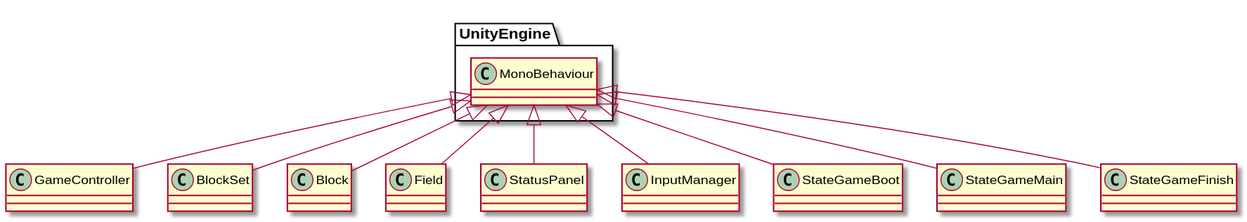
azarashin/UnityTetris keeps this PlantUML diagram as plant_uml/CLD_MonoBehaviour.svg. Above is the earlier version. Source of this version:
```plantuml
@startuml

UnityEngine.MonoBehaviour <|-- GameController
UnityEngine.MonoBehaviour <|-- BlockSet
UnityEngine.MonoBehaviour <|-- Block
UnityEngine.MonoBehaviour <|-- Field
UnityEngine.MonoBehaviour <|-- StatusPanel
UnityEngine.MonoBehaviour <|-- InputManager

UnityEngine.MonoBehaviour <|-- StateGameBoot
UnityEngine.MonoBehaviour <|-- StateGameMain
UnityEngine.MonoBehaviour <|-- StateGameFinish
@enduml
```
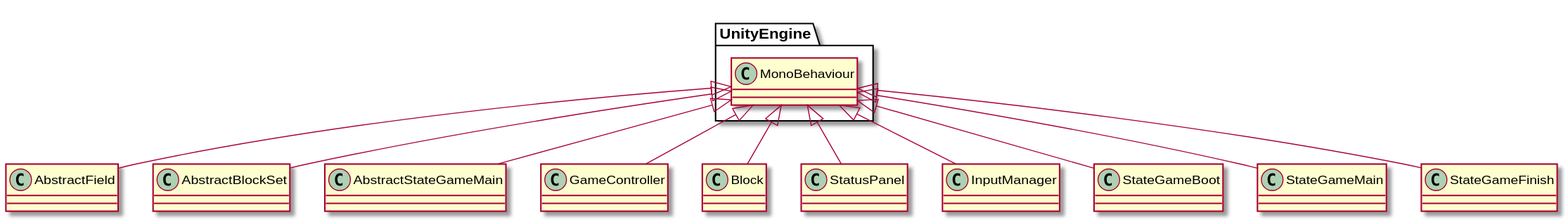
Later version of the same file.

What changed in the source:
```diff
@@ -1,9 +1,11 @@
 @startuml
 
+UnityEngine.MonoBehaviour <|-- AbstractField
+UnityEngine.MonoBehaviour <|-- AbstractBlockSet
+UnityEngine.MonoBehaviour <|-- AbstractStateGameMain
+
 UnityEngine.MonoBehaviour <|-- GameController
-UnityEngine.MonoBehaviour <|-- BlockSet
 UnityEngine.MonoBehaviour <|-- Block
-UnityEngine.MonoBehaviour <|-- Field
 UnityEngine.MonoBehaviour <|-- StatusPanel
 UnityEngine.MonoBehaviour <|-- InputManager
 
```
